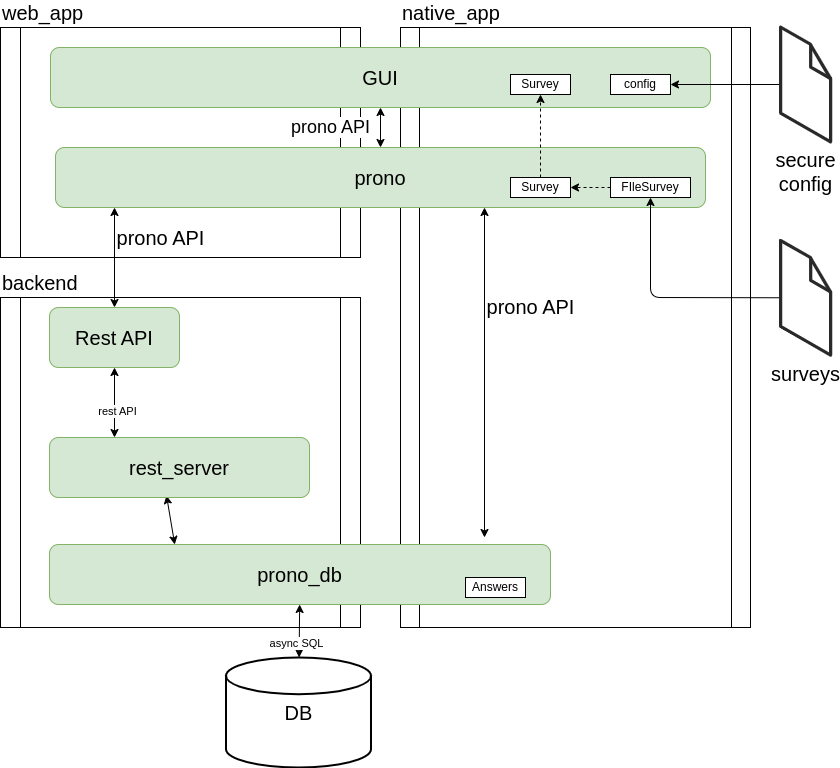
Above: docs/architecture.drawio.png in jaques-sam/prono (draw.io), before the change. Source tidied: cells renumbered, new cells last; positions are measured from the earlier drawing's top-left corner, leaving out a move shared by most shapes.
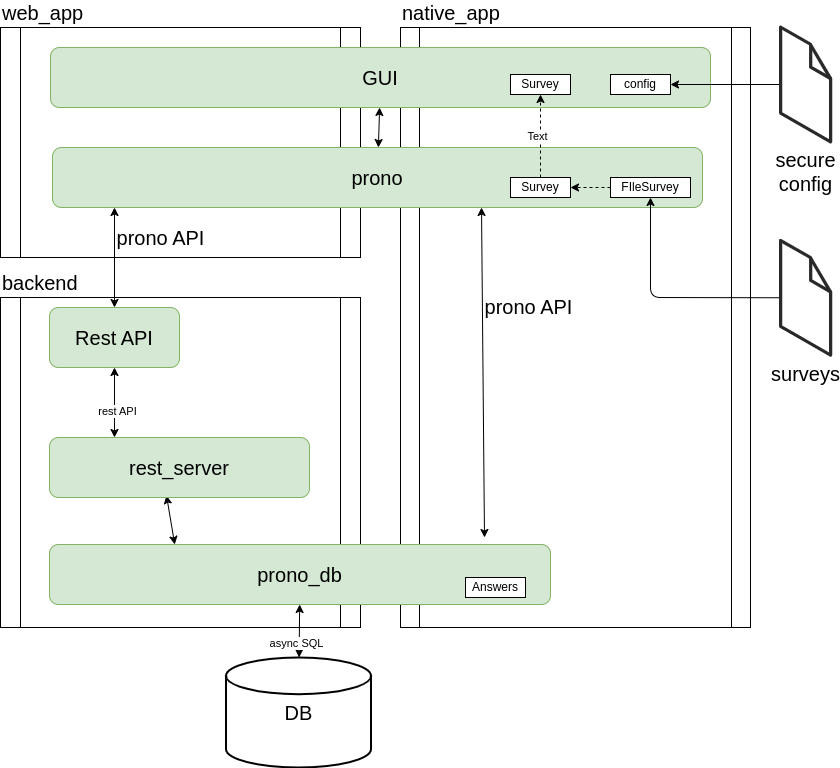
After the change.

What changed in the source:
```diff
@@ -11,7 +11,7 @@
     <mxCell id="4" value="backend" style="shape=process;whiteSpace=wrap;html=1;backgroundOutline=1;size=0.05555555555555555;labelPosition=center;verticalLabelPosition=top;align=left;verticalAlign=bottom;fontSize=20;" parent="1" vertex="1">
       <mxGeometry y="270" width="360" height="330" as="geometry" />
     </mxCell>
-    <mxCell id="5" value="&lt;font style=&quot;font-size: 18px;&quot;&gt;prono API&lt;/font&gt;" style="edgeStyle=none;html=1;startArrow=classic;startFill=1;" parent="1" edge="1" source="6" target="13">
+    <mxCell id="5" style="edgeStyle=none;html=1;startArrow=classic;startFill=1;" parent="1" edge="1" source="6" target="13">
       <mxGeometry y="-50" relative="1" as="geometry" />
     </mxCell>
     <mxCell id="6" value="GUI" style="rounded=1;whiteSpace=wrap;html=1;fontSize=20;fillColor=#d5e8d4;strokeColor=#82b366;" parent="1" vertex="1">
@@ -36,7 +36,7 @@
       <mxGeometry x="225.5" y="630" width="145" height="110" as="geometry" />
     </mxCell>
     <mxCell id="13" value="prono" style="rounded=1;whiteSpace=wrap;html=1;fontSize=20;fillColor=#d5e8d4;strokeColor=#82b366;" parent="1" vertex="1">
-      <mxGeometry x="55" y="120" width="650" height="60" as="geometry" />
+      <mxGeometry x="52" y="120" width="650" height="60" as="geometry" />
     </mxCell>
     <mxCell id="14" value="prono API" style="edgeStyle=none;html=1;fontSize=20;startArrow=classic;startFill=1;exitX=0.5;exitY=0;exitDx=0;exitDy=0;" parent="1" edge="1" source="17">
       <mxGeometry x="0.4" y="-46" relative="1" as="geometry">
@@ -65,6 +65,9 @@
     <mxCell id="20" style="edgeStyle=none;html=1;entryX=0.5;entryY=1;entryDx=0;entryDy=0;dashed=1;exitX=0.5;exitY=0;exitDx=0;exitDy=0;" parent="1" edge="1" source="23" target="19">
       <mxGeometry relative="1" as="geometry" />
     </mxCell>
+    <mxCell id="30" value="Text" style="edgeLabel;html=1;align=center;verticalAlign=middle;" parent="20" vertex="1">
+      <mxGeometry y="4" relative="1" as="geometry" />
+    </mxCell>
     <mxCell id="21" style="edgeStyle=none;html=1;dashed=1;fontColor=#FFD666;" parent="1" edge="1" source="22" target="23">
       <mxGeometry relative="1" as="geometry" />
     </mxCell>
```
